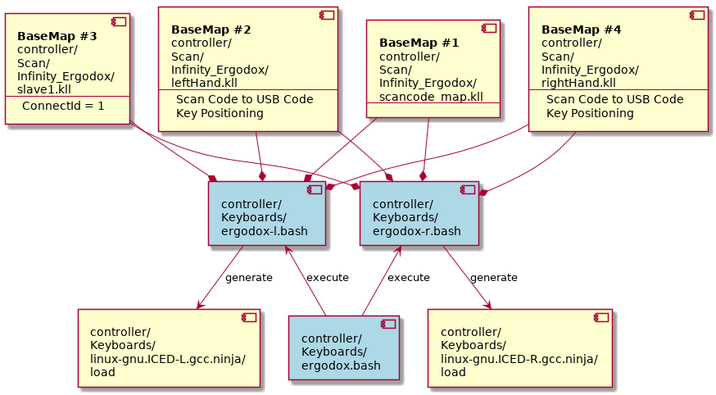
Above: doc/uml/build.png in kluelogic/controller (PlantUML), before the change.
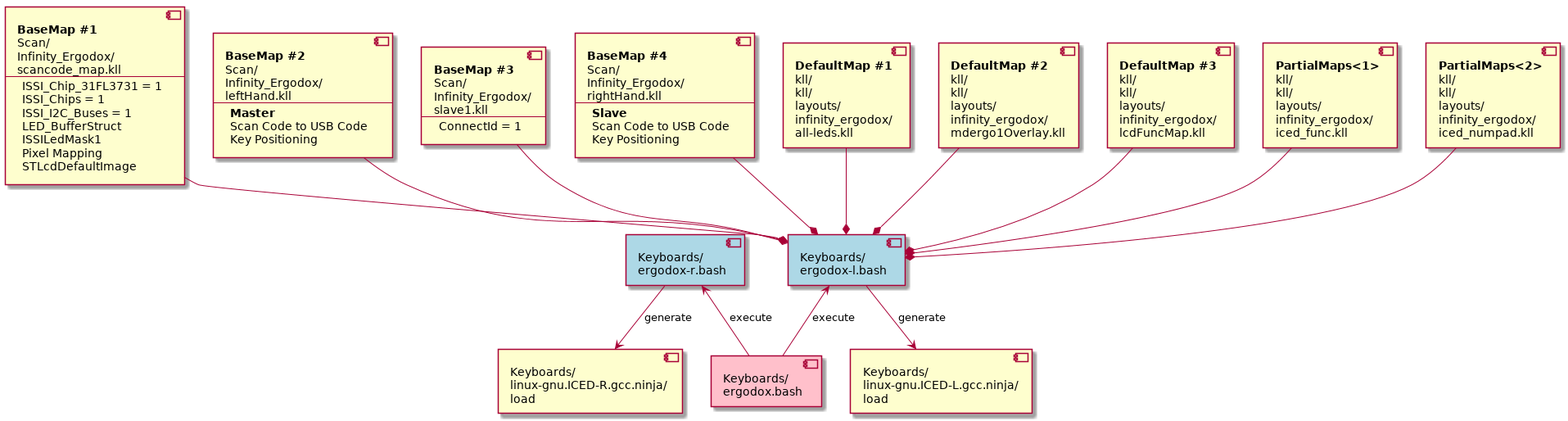
After the change.

Change to the diagram source:
```diff
@@ -1,46 +1,47 @@
 @startuml
 component ergodox_l_bash #LightBlue [
-controller/
 Keyboards/
 ergodox-l.bash
 ]
 
 component ergodox_r_bash #LightBlue [
-controller/
 Keyboards/
 ergodox-r.bash
 ]
 
-component ergodox_bash #LightBlue [
-controller/
+component ergodox_bash #Pink [
 Keyboards/
 ergodox.bash
 ]
 
-
 component scancode_map_kll [
 <b>BaseMap #1
-controller/
 Scan/
 Infinity_Ergodox/
 scancode_map.kll
 ---
+ISSI_Chip_31FL3731 = 1
+ISSI_Chips = 1
+ISSI_I2C_Buses = 1
+LED_BufferStruct
+ISSILedMask1
+Pixel Mapping
+STLcdDefaultImage
 ]
 
 component leftHand_kll [
 <b>BaseMap #2
-controller/
 Scan/
 Infinity_Ergodox/
 leftHand.kll
 ---
+<b>Master
 Scan Code to USB Code
 Key Positioning
 ]
 
 component slave1_kll [
 <b>BaseMap #3
-controller/
 Scan/
 Infinity_Ergodox/
 slave1.kll
@@ -50,24 +51,67 @@
 
 component rightHand_kll [
 <b>BaseMap #4
-controller/
 Scan/
 Infinity_Ergodox/
 rightHand.kll
 ---
+<b>Slave
 Scan Code to USB Code
 Key Positioning
 ]
 
+component all_leds_kll [
+<b>DefaultMap #1
+kll/
+kll/
+layouts/
+infinity_ergodox/
+all-leds.kll
+]
+
+component mdergo1Overlay_kll [
+<b>DefaultMap #2
+kll/
+kll/
+layouts/
+infinity_ergodox/
+mdergo1Overlay.kll
+]
+
+component lcdFuncMap_kll [
+<b>DefaultMap #3
+kll/
+kll/
+layouts/
+infinity_ergodox/
+lcdFuncMap.kll
+]
+
+component iced_func_kll [
+<b>PartialMaps<1>
+kll/
+kll/
+layouts/
+infinity_ergodox/
+iced_func.kll
+]
+
+component iced_numpad_kll [
+<b>PartialMaps<2>
+kll/
+kll/
+layouts/
+infinity_ergodox/
+iced_numpad.kll
+]
+
 component R_load [
-controller/
 Keyboards/
 linux-gnu.ICED-R.gcc.ninja/
 load
 ]
 
 component L_load [
-controller/
 Keyboards/
 linux-gnu.ICED-L.gcc.ninja/
 load
@@ -78,13 +122,15 @@
 ergodox_l_bash --> L_load : generate
 ergodox_r_bash --> R_load : generate
 
-scancode_map_kll --* ergodox_l_bash
-leftHand_kll     --* ergodox_l_bash
-slave1_kll       --* ergodox_l_bash
-rightHand_kll    --* ergodox_l_bash
+scancode_map_kll   --* ergodox_l_bash
+leftHand_kll       --* ergodox_l_bash
+slave1_kll         --* ergodox_l_bash
+rightHand_kll      --* ergodox_l_bash
+all_leds_kll       --* ergodox_l_bash
+mdergo1Overlay_kll --* ergodox_l_bash
+lcdFuncMap_kll     --* ergodox_l_bash
+iced_func_kll      --* ergodox_l_bash
+iced_numpad_kll    --* ergodox_l_bash
 
-scancode_map_kll --* ergodox_r_bash
-rightHand_kll    --* ergodox_r_bash
-slave1_kll       --* ergodox_r_bash
-leftHand_kll     --* ergodox_r_bash
+
 @enduml
```
